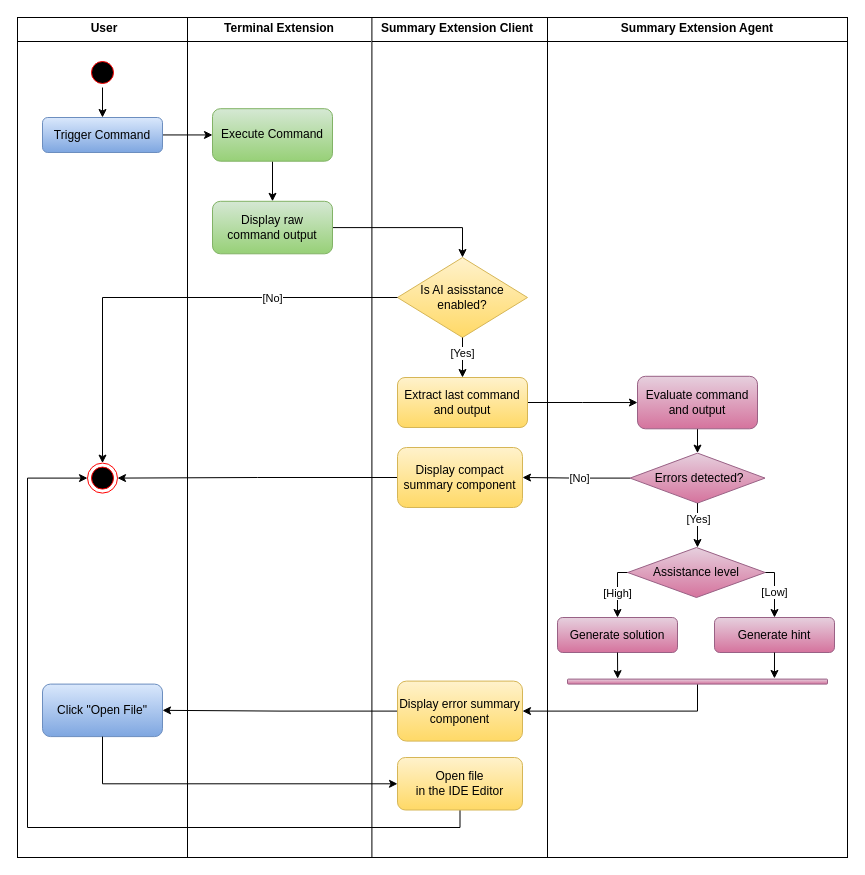
The draw.io diagram figures/activitydiagram.drawio in Fangoling/bachelor-thesis, before the edit. Source tidied: cells renumbered, new cells numbered last; positions are measured from the earlier drawing's top-left corner, leaving out a move shared by most shapes. Both pictures are drawn from the tidied source at 100%, with x=0, y=0 at pixel (17, 17).
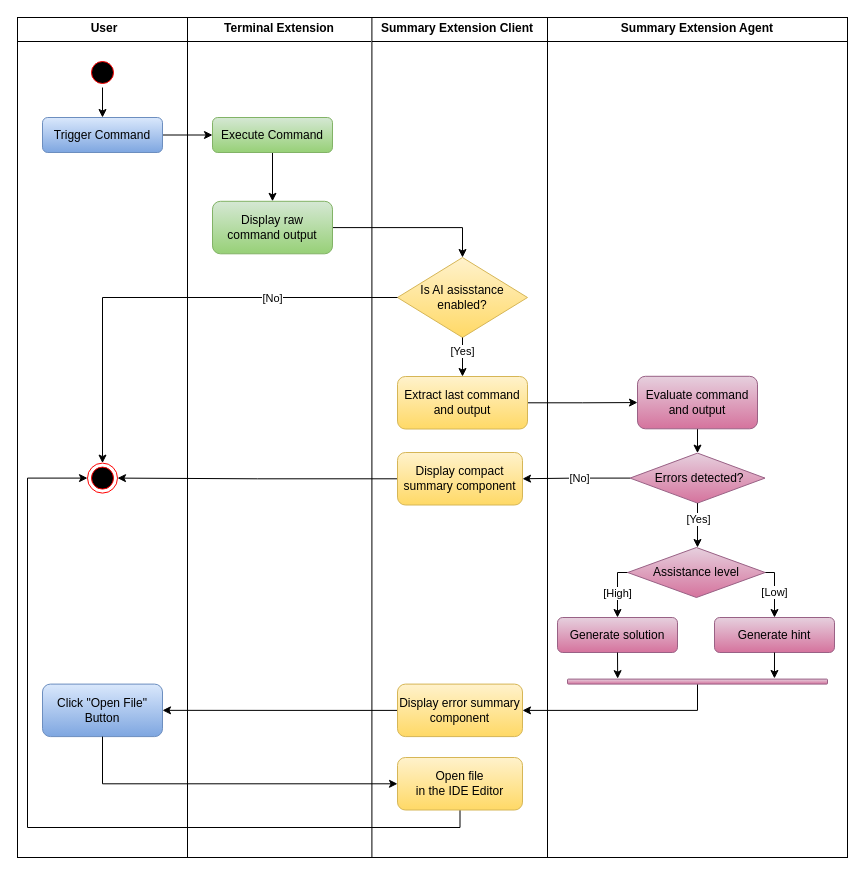
The same page after the edit.

Diff of the diagram source:
```diff
@@
-    <mxCell id="10" value="Click &quot;Open File&quot;" style="rounded=1;whiteSpace=wrap;html=1;fillColor=#dae8fc;gradientColor=#7ea6e0;strokeColor=#6c8ebf;" parent="1" vertex="1">
+    <mxCell id="10" value="Click &quot;Open File&quot; Button" style="rounded=1;whiteSpace=wrap;html=1;fillColor=#dae8fc;gradientColor=#7ea6e0;strokeColor=#6c8ebf;" parent="1" vertex="1">
       <mxGeometry x="25" y="666.6" width="120" height="52.5" as="geometry" />
     </mxCell>
@@
     <mxCell id="23" value="Display error summary component" style="rounded=1;whiteSpace=wrap;html=1;fillColor=#fff2cc;gradientColor=#ffd966;strokeColor=#d6b656;" parent="1" vertex="1">
-      <mxGeometry x="380" y="663.6" width="125" height="60" as="geometry" />
+      <mxGeometry x="380" y="666.6" width="125" height="52.5" as="geometry" />
     </mxCell>
@@
     <mxCell id="33" value="Display compact summary component" style="rounded=1;whiteSpace=wrap;html=1;fillColor=#fff2cc;gradientColor=#ffd966;strokeColor=#d6b656;" parent="1" vertex="1">
-      <mxGeometry x="380" y="430" width="125" height="60" as="geometry" />
+      <mxGeometry x="380" y="435" width="125" height="52.5" as="geometry" />
     </mxCell>
@@
     <mxCell id="38" value="Extract last command and output" style="rounded=1;whiteSpace=wrap;html=1;fillColor=#fff2cc;gradientColor=#ffd966;strokeColor=#d6b656;" parent="1" vertex="1">
-      <mxGeometry x="380" y="360" width="130" height="50" as="geometry" />
+      <mxGeometry x="380" y="359" width="130" height="52.5" as="geometry" />
     </mxCell>
@@
     <mxCell id="45" value="Execute Command" style="rounded=1;whiteSpace=wrap;html=1;fillColor=#d5e8d4;gradientColor=#97d077;strokeColor=#82b366;" parent="1" vertex="1">
-      <mxGeometry x="195" y="91.2" width="120" height="52.5" as="geometry" />
+      <mxGeometry x="195" y="100" width="120" height="35" as="geometry" />
     </mxCell>
```
